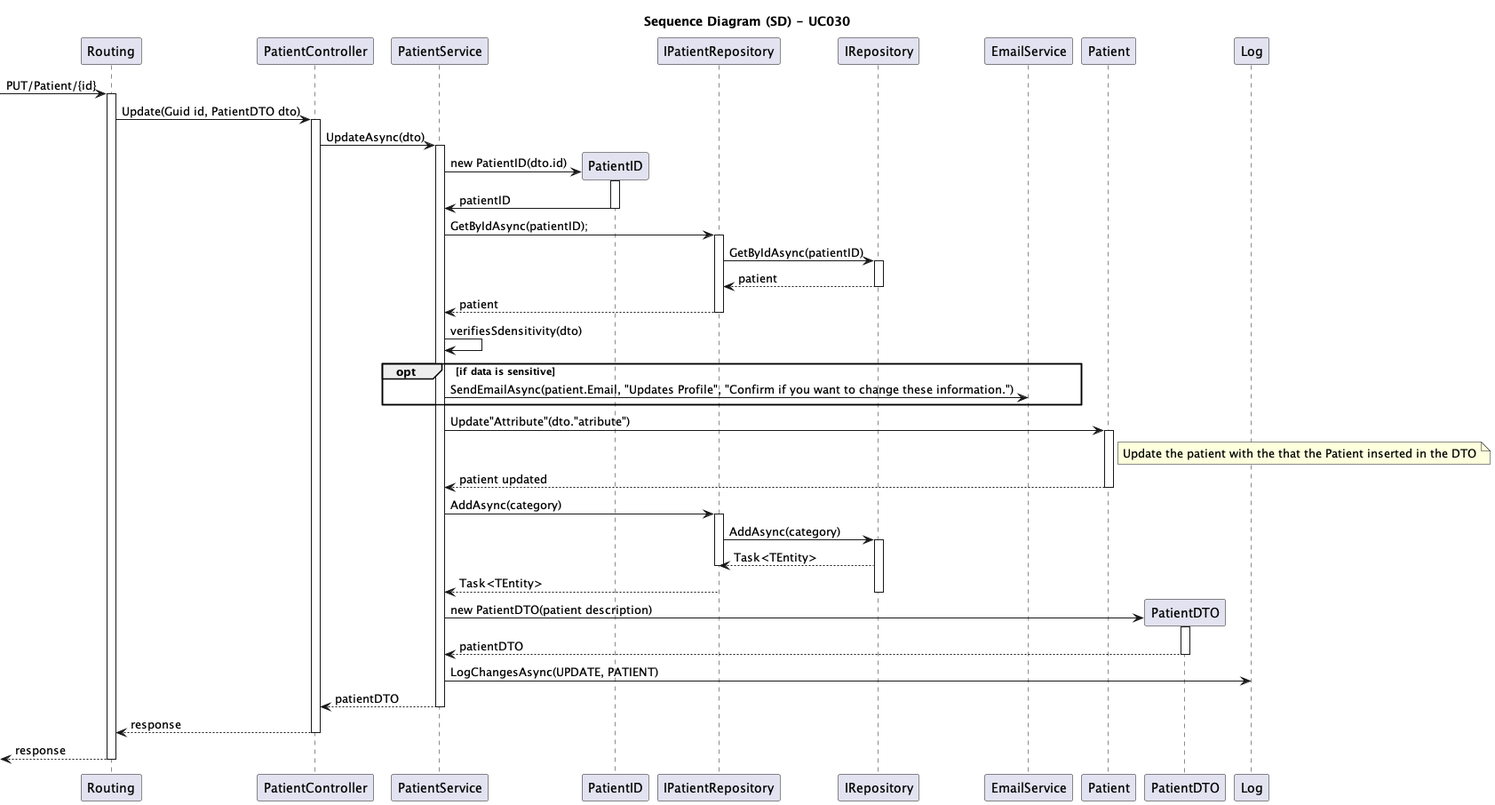
Earlier version of the PlantUML export docs/SprintA/UseCases/UC004/03.design/png/uc004-sequence-diagram.png (1221124/sem5pi-24-25-g031). The source it was exported from:
```plantuml
@startuml
skinparam packageStyle rectangle
skinparam shadowing false
skinparam linetype polyline

skinparam classAttributeIconSize 0

title Sequence Diagram (SD) - UC030

participant "Routing" as Routing
participant "PatientController" as Controller
participant "PatientService" as Service
participant "PatientID" as PatientID
participant "IPatientRepository" as IPatientRepository
participant "IRepository" as IRepository
participant "EmailService" as EmailService
participant "Patient" as Patient
participant "PatientDTO" as PatientDTO
participant "Log" as Log

-> Routing: PUT/Patient/{id}
activate Routing

    Routing -> Controller: Update(Guid id, PatientDTO dto)
    activate Controller

        Controller -> Service: UpdateAsync(dto)
        activate Service

            Service -> PatientID**:  new PatientID(dto.id)
            activate PatientID

                PatientID -> Service: patientID
            deactivate PatientID

            Service -> IPatientRepository: GetByIdAsync(patientID);
            activate IPatientRepository

                IPatientRepository -> IRepository: GetByIdAsync(patientID)
                activate IRepository

                    IRepository --> IPatientRepository: patient
                deactivate IRepository

                IPatientRepository --> Service: patient
            deactivate IPatientRepository

            Service -> Service: verifiesSdensitivity(dto)

            opt if data is sensitive

                Service -> EmailService: SendEmailAsync(patient.Email, "Updates Profile", "Confirm if you want to change these information.")

            end

            Service -> Patient: Update"Attribute"(dto."atribute")
            activate Patient
                note right of Patient : Update the patient with the that the Patient inserted in the DTO

                Patient --> Service: patient updated
            deactivate Patient

            Service -> IPatientRepository: AddAsync(category)
            activate IPatientRepository

                IPatientRepository -> IRepository:  AddAsync(category)
                activate IRepository

                    IRepository --> IPatientRepository: Task<TEntity>
                deactivate IPatientRepository

                IPatientRepository --> Service: Task<TEntity>
            deactivate IRepository

            Service -> PatientDTO**: new PatientDTO(patient description)
            activate PatientDTO

                PatientDTO --> Service: patientDTO
            deactivate PatientDTO

            Service -> Log: LogChangesAsync(UPDATE, PATIENT)

            Service --> Controller: patientDTO
        deactivate Service

        Controller --> Routing: response
    deactivate Controller

    <-- Routing: response
deactivate Routing









@enduml
```
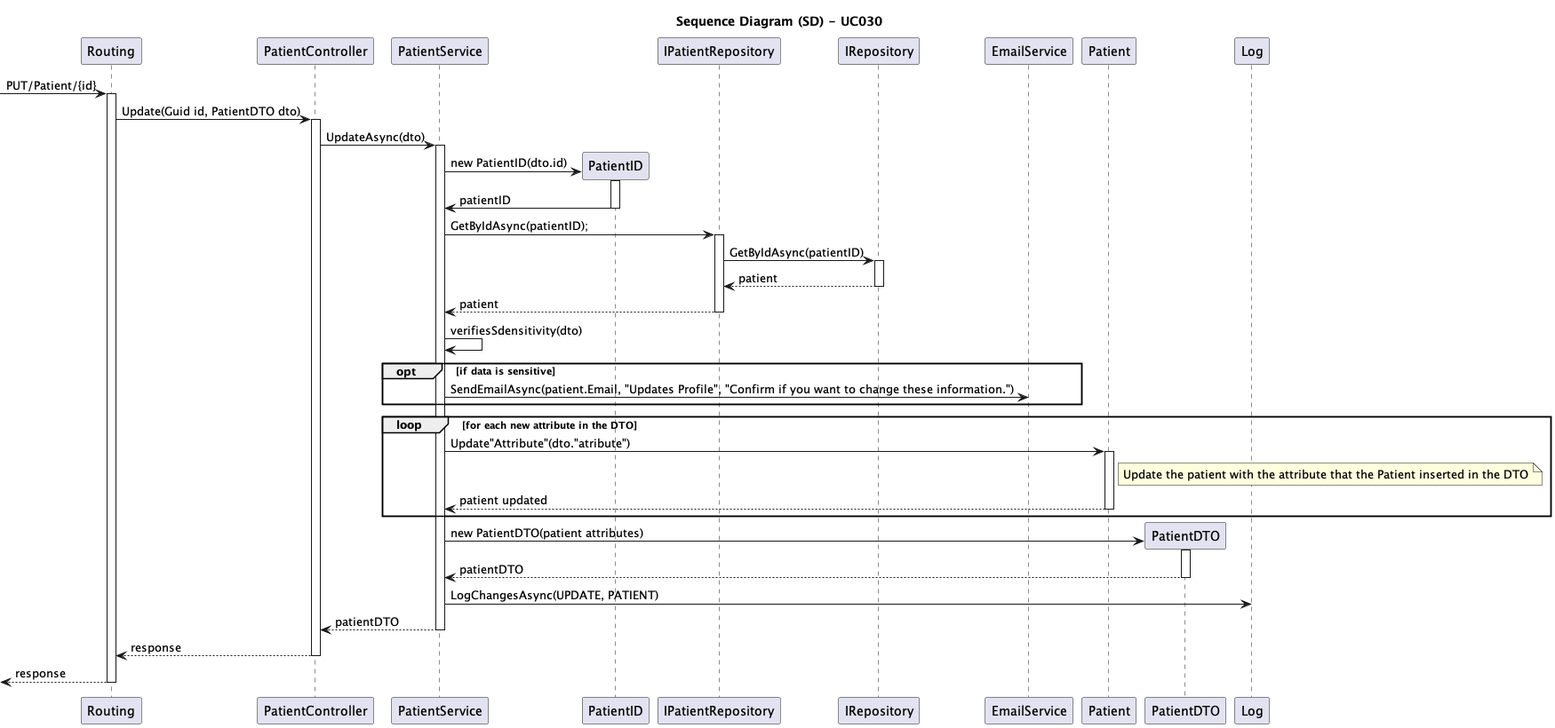
Above is the later version.

Commit message:
#6 UC004 System diagram

Changes system diagram from UC004, and updated png files

The edit, as a diff of the source:
```diff
@@ -17,6 +17,7 @@
 participant "Patient" as Patient
 participant "PatientDTO" as PatientDTO
 participant "Log" as Log
+
 
 -> Routing: PUT/Patient/{id}
 activate Routing
@@ -52,27 +53,16 @@
                 Service -> EmailService: SendEmailAsync(patient.Email, "Updates Profile", "Confirm if you want to change these information.")
 
             end
+            loop for each new attribute in the DTO
+                Service -> Patient: Update"Attribute"(dto."atribute")
+                activate Patient
+                    note right of Patient : Update the patient with the attribute that the Patient inserted in the DTO
 
-            Service -> Patient: Update"Attribute"(dto."atribute")
-            activate Patient
-                note right of Patient : Update the patient with the that the Patient inserted in the DTO
+                    Patient --> Service: patient updated
+                deactivate Patient
+            end
 
-                Patient --> Service: patient updated
-            deactivate Patient
-
-            Service -> IPatientRepository: AddAsync(category)
-            activate IPatientRepository
-
-                IPatientRepository -> IRepository:  AddAsync(category)
-                activate IRepository
-
-                    IRepository --> IPatientRepository: Task<TEntity>
-                deactivate IPatientRepository
-
-                IPatientRepository --> Service: Task<TEntity>
-            deactivate IRepository
-
-            Service -> PatientDTO**: new PatientDTO(patient description)
+            Service -> PatientDTO**: new PatientDTO(patient attributes)
             activate PatientDTO
 
                 PatientDTO --> Service: patientDTO
@@ -95,6 +85,4 @@
 
 
 
-
-
 @enduml
```
